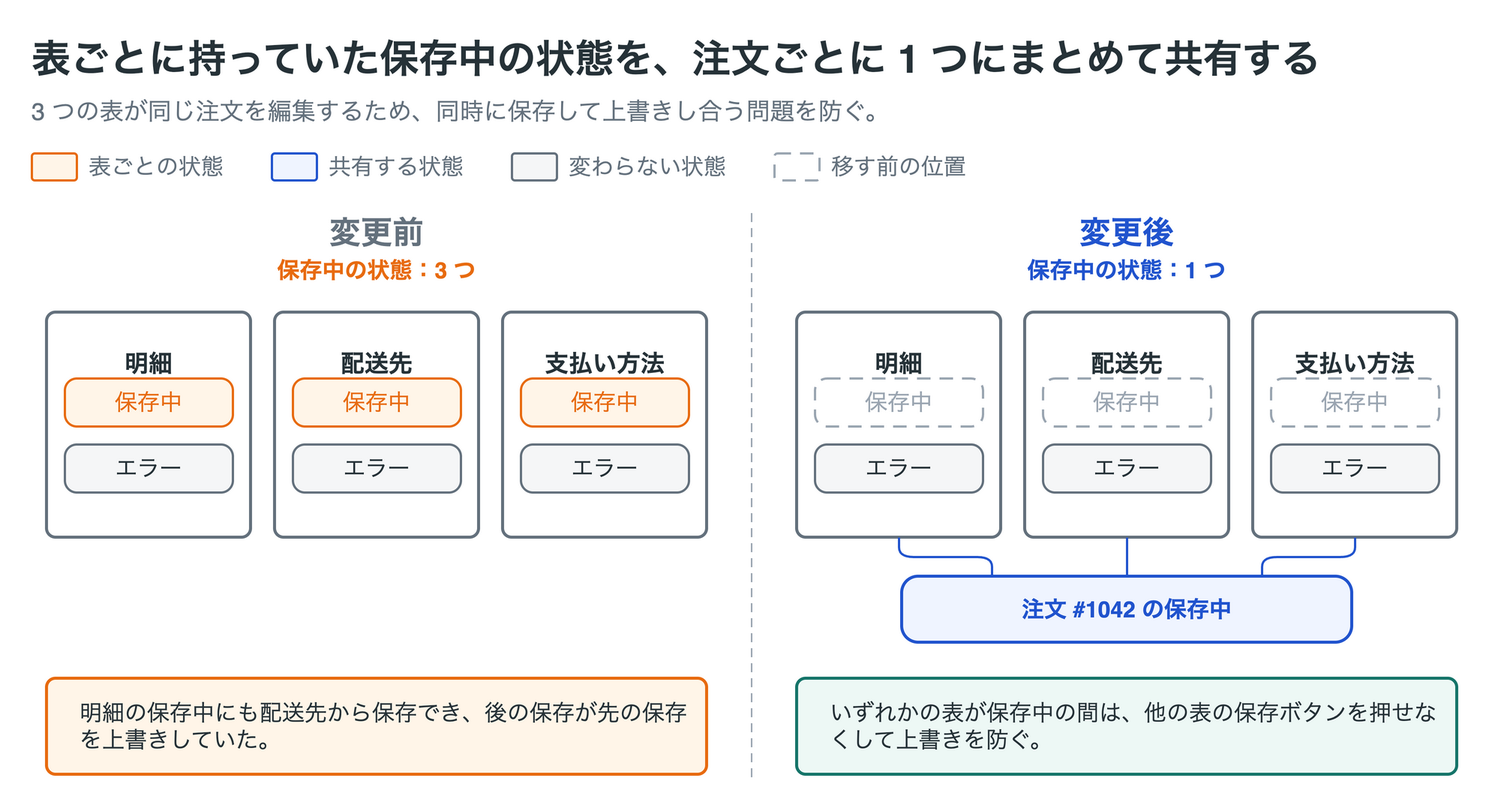
Before: skills/explanatory-diagrams/templates/refactor-share-state/refactor-share-state.drawio.png, a diagram exported from draw.io (nntto/skills). Source tidied: cells renumbered, new cells last; positions are measured from the earlier drawing's top-left corner, leaving out a move shared by most shapes. Its diagram source:
```xml
<mxGraphModel background="#ffffff">
  <root>
    <mxCell id="0" />
    <mxCell id="1" parent="0" />
    <mxCell id="2" value="表ごとに持っていた保存中の状態を、注文ごとに 1 つにまとめて共有する" style="text;html=1;whiteSpace=wrap;fontFamily=Helvetica;fontSize=26;fontColor=#263238;align=left;verticalAlign=middle;spacing=0;fontStyle=1;" parent="1" vertex="1">
      <mxGeometry width="960" height="38" as="geometry" />
    </mxCell>
    <mxCell id="3" value="3 つの表が同じ注文を編集するため、同時に保存して上書きし合う問題を防ぐ。" style="text;html=1;whiteSpace=wrap;fontFamily=Helvetica;fontSize=16;fontColor=#64717d;align=left;verticalAlign=middle;spacing=0;" parent="1" vertex="1">
      <mxGeometry y="42" width="960" height="24" as="geometry" />
    </mxCell>
    <mxCell id="4" style="rounded=1;absoluteArcSize=1;arcSize=4;whiteSpace=wrap;html=1;fillColor=#fff5e8;strokeColor=#e86b10;strokeWidth=1.5;fontColor=#e86b10;fontFamily=Helvetica;fontSize=17;align=center;verticalAlign=middle;spacing=10;" parent="1" vertex="1">
      <mxGeometry y="82" width="30" height="18" as="geometry" />
    </mxCell>
    <mxCell id="5" value="表ごとの状態" style="text;html=1;whiteSpace=wrap;fontFamily=Helvetica;fontSize=15;fontColor=#64717d;align=left;verticalAlign=middle;spacing=0;" parent="1" vertex="1">
      <mxGeometry x="38" y="80" width="94" height="22" as="geometry" />
    </mxCell>
    <mxCell id="6" style="rounded=1;absoluteArcSize=1;arcSize=4;whiteSpace=wrap;html=1;fillColor=#eff4ff;strokeColor=#2154ce;strokeWidth=1.5;fontColor=#2154ce;fontFamily=Helvetica;fontSize=17;align=center;verticalAlign=middle;spacing=10;" parent="1" vertex="1">
      <mxGeometry x="160" y="82" width="30" height="18" as="geometry" />
    </mxCell>
    <mxCell id="7" value="共有する状態" style="text;html=1;whiteSpace=wrap;fontFamily=Helvetica;fontSize=15;fontColor=#64717d;align=left;verticalAlign=middle;spacing=0;" parent="1" vertex="1">
      <mxGeometry x="198" y="80" width="94" height="22" as="geometry" />
    </mxCell>
    <mxCell id="8" style="rounded=1;absoluteArcSize=1;arcSize=4;whiteSpace=wrap;html=1;fillColor=#f5f6f7;strokeColor=#64717d;strokeWidth=1.5;fontColor=#263238;fontFamily=Helvetica;fontSize=17;align=center;verticalAlign=middle;spacing=10;" parent="1" vertex="1">
      <mxGeometry x="320" y="82" width="30" height="18" as="geometry" />
    </mxCell>
    <mxCell id="9" value="変わらない状態" style="text;html=1;whiteSpace=wrap;fontFamily=Helvetica;fontSize=15;fontColor=#64717d;align=left;verticalAlign=middle;spacing=0;" parent="1" vertex="1">
      <mxGeometry x="358" y="80" width="109" height="22" as="geometry" />
    </mxCell>
    <mxCell id="10" style="rounded=1;absoluteArcSize=1;arcSize=4;whiteSpace=wrap;html=1;fillColor=#ffffff;strokeColor=#9aa5b1;strokeWidth=1.5;fontColor=#9aa5b1;fontFamily=Helvetica;fontSize=17;align=center;verticalAlign=middle;spacing=10;dashed=1;dashPattern=6 4;" parent="1" vertex="1">
      <mxGeometry x="495" y="82" width="30" height="18" as="geometry" />
    </mxCell>
    <mxCell id="11" value="移す前の位置" style="text;html=1;whiteSpace=wrap;fontFamily=Helvetica;fontSize=15;fontColor=#64717d;align=left;verticalAlign=middle;spacing=0;" parent="1" vertex="1">
      <mxGeometry x="533" y="80" width="94" height="22" as="geometry" />
    </mxCell>
    <mxCell id="12" value="変更前" style="text;html=1;whiteSpace=wrap;fontFamily=Helvetica;fontSize=21;fontColor=#64717d;align=center;verticalAlign=middle;spacing=0;fontStyle=1;" parent="1" vertex="1">
      <mxGeometry y="120" width="460" height="30" as="geometry" />
    </mxCell>
    <mxCell id="13" value="保存中の状態：3 つ" style="text;html=1;whiteSpace=wrap;fontFamily=Helvetica;fontSize=15;fontColor=#e86b10;align=center;verticalAlign=middle;spacing=0;fontStyle=1;" parent="1" vertex="1">
      <mxGeometry y="148" width="460" height="24" as="geometry" />
    </mxCell>
    <mxCell id="14" value="変更後" style="text;html=1;whiteSpace=wrap;fontFamily=Helvetica;fontSize=21;fontColor=#2154ce;align=center;verticalAlign=middle;spacing=0;fontStyle=1;" parent="1" vertex="1">
      <mxGeometry x="500" y="120" width="460" height="30" as="geometry" />
    </mxCell>
    <mxCell id="15" value="保存中の状態：1 つ" style="text;html=1;whiteSpace=wrap;fontFamily=Helvetica;fontSize=15;fontColor=#2154ce;align=center;verticalAlign=middle;spacing=0;fontStyle=1;" parent="1" vertex="1">
      <mxGeometry x="500" y="148" width="460" height="24" as="geometry" />
    </mxCell>
    <mxCell id="16" style="edgeStyle=none;rounded=1;html=1;strokeColor=#9aa5b1;strokeWidth=1;endArrow=none;endFill=1;startArrow=none;startFill=1;endSize=8;fontFamily=Helvetica;fontSize=15;fontColor=#9aa5b1;labelBackgroundColor=#ffffff;dashed=1;dashPattern=6 4;" parent="1" edge="1">
      <mxGeometry relative="1" as="geometry">
        <mxPoint x="480" y="122" as="sourcePoint" />
        <mxPoint x="480" y="502" as="targetPoint" />
      </mxGeometry>
    </mxCell>
    <mxCell id="17" value="&lt;b&gt;明細&lt;/b&gt;" style="rounded=1;absoluteArcSize=1;arcSize=12;whiteSpace=wrap;html=1;fillColor=#ffffff;strokeColor=#64717d;strokeWidth=2;fontColor=#263238;fontFamily=Helvetica;fontSize=16;align=center;verticalAlign=top;spacing=10;spacingTop=10;" parent="1" vertex="1">
      <mxGeometry x="10" y="188" width="136" height="150" as="geometry" />
    </mxCell>
    <mxCell id="18" value="保存中" style="rounded=1;absoluteArcSize=1;arcSize=16;whiteSpace=wrap;html=1;fillColor=#fff5e8;strokeColor=#e86b10;strokeWidth=1.5;fontColor=#e86b10;fontFamily=Helvetica;fontSize=15;align=center;verticalAlign=middle;spacing=2;" parent="1" vertex="1">
      <mxGeometry x="22" y="232" width="112" height="32" as="geometry" />
    </mxCell>
    <mxCell id="19" value="エラー" style="rounded=1;absoluteArcSize=1;arcSize=16;whiteSpace=wrap;html=1;fillColor=#f5f6f7;strokeColor=#64717d;strokeWidth=1.5;fontColor=#263238;fontFamily=Helvetica;fontSize=15;align=center;verticalAlign=middle;spacing=2;" parent="1" vertex="1">
      <mxGeometry x="22" y="276" width="112" height="32" as="geometry" />
    </mxCell>
    <mxCell id="20" value="&lt;b&gt;配送先&lt;/b&gt;" style="rounded=1;absoluteArcSize=1;arcSize=12;whiteSpace=wrap;html=1;fillColor=#ffffff;strokeColor=#64717d;strokeWidth=2;fontColor=#263238;fontFamily=Helvetica;fontSize=16;align=center;verticalAlign=top;spacing=10;spacingTop=10;" parent="1" vertex="1">
      <mxGeometry x="162" y="188" width="136" height="150" as="geometry" />
    </mxCell>
    <mxCell id="21" value="保存中" style="rounded=1;absoluteArcSize=1;arcSize=16;whiteSpace=wrap;html=1;fillColor=#fff5e8;strokeColor=#e86b10;strokeWidth=1.5;fontColor=#e86b10;fontFamily=Helvetica;fontSize=15;align=center;verticalAlign=middle;spacing=2;" parent="1" vertex="1">
      <mxGeometry x="174" y="232" width="112" height="32" as="geometry" />
    </mxCell>
    <mxCell id="22" value="エラー" style="rounded=1;absoluteArcSize=1;arcSize=16;whiteSpace=wrap;html=1;fillColor=#f5f6f7;strokeColor=#64717d;strokeWidth=1.5;fontColor=#263238;fontFamily=Helvetica;fontSize=15;align=center;verticalAlign=middle;spacing=2;" parent="1" vertex="1">
      <mxGeometry x="174" y="276" width="112" height="32" as="geometry" />
    </mxCell>
    <mxCell id="23" value="&lt;b&gt;支払い方法&lt;/b&gt;" style="rounded=1;absoluteArcSize=1;arcSize=12;whiteSpace=wrap;html=1;fillColor=#ffffff;strokeColor=#64717d;strokeWidth=2;fontColor=#263238;fontFamily=Helvetica;fontSize=16;align=center;verticalAlign=top;spacing=10;spacingTop=10;" parent="1" vertex="1">
      <mxGeometry x="314" y="188" width="136" height="150" as="geometry" />
    </mxCell>
    <mxCell id="24" value="保存中" style="rounded=1;absoluteArcSize=1;arcSize=16;whiteSpace=wrap;html=1;fillColor=#fff5e8;strokeColor=#e86b10;strokeWidth=1.5;fontColor=#e86b10;fontFamily=Helvetica;fontSize=15;align=center;verticalAlign=middle;spacing=2;" parent="1" vertex="1">
      <mxGeometry x="326" y="232" width="112" height="32" as="geometry" />
    </mxCell>
    <mxCell id="25" value="エラー" style="rounded=1;absoluteArcSize=1;arcSize=16;whiteSpace=wrap;html=1;fillColor=#f5f6f7;strokeColor=#64717d;strokeWidth=1.5;fontColor=#263238;fontFamily=Helvetica;fontSize=15;align=center;verticalAlign=middle;spacing=2;" parent="1" vertex="1">
      <mxGeometry x="326" y="276" width="112" height="32" as="geometry" />
    </mxCell>
    <mxCell id="26" value="明細の保存中にも配送先から保存でき、後の保存が先の保存を上書きしていた。" style="rounded=1;absoluteArcSize=1;arcSize=12;whiteSpace=wrap;html=1;fillColor=#fff5e8;strokeColor=#e86b10;strokeWidth=2;fontColor=#e86b10;fontFamily=Helvetica;fontSize=15;align=left;verticalAlign=middle;spacing=10;spacingLeft=12;fontColor=#263238;" parent="1" vertex="1">
      <mxGeometry x="10" y="432" width="440" height="64" as="geometry" />
    </mxCell>
    <mxCell id="27" value="&lt;b&gt;明細&lt;/b&gt;" style="rounded=1;absoluteArcSize=1;arcSize=12;whiteSpace=wrap;html=1;fillColor=#ffffff;strokeColor=#64717d;strokeWidth=2;fontColor=#263238;fontFamily=Helvetica;fontSize=16;align=center;verticalAlign=top;spacing=10;spacingTop=10;" parent="1" vertex="1">
      <mxGeometry x="510" y="188" width="136" height="150" as="geometry" />
    </mxCell>
    <mxCell id="28" value="保存中" style="rounded=1;absoluteArcSize=1;arcSize=16;whiteSpace=wrap;html=1;fillColor=#ffffff;strokeColor=#9aa5b1;strokeWidth=1.5;fontColor=#9aa5b1;fontFamily=Helvetica;fontSize=15;align=center;verticalAlign=middle;spacing=2;dashed=1;dashPattern=6 4;" parent="1" vertex="1">
      <mxGeometry x="522" y="232" width="112" height="32" as="geometry" />
    </mxCell>
    <mxCell id="29" value="エラー" style="rounded=1;absoluteArcSize=1;arcSize=16;whiteSpace=wrap;html=1;fillColor=#f5f6f7;strokeColor=#64717d;strokeWidth=1.5;fontColor=#263238;fontFamily=Helvetica;fontSize=15;align=center;verticalAlign=middle;spacing=2;" parent="1" vertex="1">
      <mxGeometry x="522" y="276" width="112" height="32" as="geometry" />
    </mxCell>
    <mxCell id="30" style="edgeStyle=orthogonalEdgeStyle;rounded=1;html=1;strokeColor=#2154ce;strokeWidth=1.5;endArrow=none;endFill=1;startArrow=none;startFill=1;endSize=8;fontFamily=Helvetica;fontSize=15;fontColor=#2154ce;labelBackgroundColor=#ffffff;exitX=0.5;exitY=1;exitDx=0;exitDy=0;entryX=0.2;entryY=0;entryDx=0;entryDy=0;" parent="1" edge="1" source="27" target="40">
      <mxGeometry relative="1" as="geometry" />
    </mxCell>
    <mxCell id="31" value="&lt;b&gt;配送先&lt;/b&gt;" style="rounded=1;absoluteArcSize=1;arcSize=12;whiteSpace=wrap;html=1;fillColor=#ffffff;strokeColor=#64717d;strokeWidth=2;fontColor=#263238;fontFamily=Helvetica;fontSize=16;align=center;verticalAlign=top;spacing=10;spacingTop=10;" parent="1" vertex="1">
      <mxGeometry x="662" y="188" width="136" height="150" as="geometry" />
    </mxCell>
    <mxCell id="32" value="保存中" style="rounded=1;absoluteArcSize=1;arcSize=16;whiteSpace=wrap;html=1;fillColor=#ffffff;strokeColor=#9aa5b1;strokeWidth=1.5;fontColor=#9aa5b1;fontFamily=Helvetica;fontSize=15;align=center;verticalAlign=middle;spacing=2;dashed=1;dashPattern=6 4;" parent="1" vertex="1">
      <mxGeometry x="674" y="232" width="112" height="32" as="geometry" />
    </mxCell>
    <mxCell id="33" value="エラー" style="rounded=1;absoluteArcSize=1;arcSize=16;whiteSpace=wrap;html=1;fillColor=#f5f6f7;strokeColor=#64717d;strokeWidth=1.5;fontColor=#263238;fontFamily=Helvetica;fontSize=15;align=center;verticalAlign=middle;spacing=2;" parent="1" vertex="1">
      <mxGeometry x="674" y="276" width="112" height="32" as="geometry" />
    </mxCell>
    <mxCell id="34" style="edgeStyle=orthogonalEdgeStyle;rounded=1;html=1;strokeColor=#2154ce;strokeWidth=1.5;endArrow=none;endFill=1;startArrow=none;startFill=1;endSize=8;fontFamily=Helvetica;fontSize=15;fontColor=#2154ce;labelBackgroundColor=#ffffff;exitX=0.5;exitY=1;exitDx=0;exitDy=0;entryX=0.5;entryY=0;entryDx=0;entryDy=0;" parent="1" edge="1" source="31" target="40">
      <mxGeometry relative="1" as="geometry" />
    </mxCell>
    <mxCell id="35" value="&lt;b&gt;支払い方法&lt;/b&gt;" style="rounded=1;absoluteArcSize=1;arcSize=12;whiteSpace=wrap;html=1;fillColor=#ffffff;strokeColor=#64717d;strokeWidth=2;fontColor=#263238;fontFamily=Helvetica;fontSize=16;align=center;verticalAlign=top;spacing=10;spacingTop=10;" parent="1" vertex="1">
      <mxGeometry x="814" y="188" width="136" height="150" as="geometry" />
    </mxCell>
    <mxCell id="36" value="保存中" style="rounded=1;absoluteArcSize=1;arcSize=16;whiteSpace=wrap;html=1;fillColor=#ffffff;strokeColor=#9aa5b1;strokeWidth=1.5;fontColor=#9aa5b1;fontFamily=Helvetica;fontSize=15;align=center;verticalAlign=middle;spacing=2;dashed=1;dashPattern=6 4;" parent="1" vertex="1">
      <mxGeometry x="826" y="232" width="112" height="32" as="geometry" />
    </mxCell>
    <mxCell id="37" value="エラー" style="rounded=1;absoluteArcSize=1;arcSize=16;whiteSpace=wrap;html=1;fillColor=#f5f6f7;strokeColor=#64717d;strokeWidth=1.5;fontColor=#263238;fontFamily=Helvetica;fontSize=15;align=center;verticalAlign=middle;spacing=2;" parent="1" vertex="1">
      <mxGeometry x="826" y="276" width="112" height="32" as="geometry" />
    </mxCell>
    <mxCell id="38" style="edgeStyle=orthogonalEdgeStyle;rounded=1;html=1;strokeColor=#2154ce;strokeWidth=1.5;endArrow=none;endFill=1;startArrow=none;startFill=1;endSize=8;fontFamily=Helvetica;fontSize=15;fontColor=#2154ce;labelBackgroundColor=#ffffff;exitX=0.5;exitY=1;exitDx=0;exitDy=0;entryX=0.8;entryY=0;entryDx=0;entryDy=0;" parent="1" edge="1" source="35" target="40">
      <mxGeometry relative="1" as="geometry" />
    </mxCell>
    <mxCell id="39" value="いずれかの表が保存中の間は、他の表の保存ボタンを押せなくして上書きを防ぐ。" style="rounded=1;absoluteArcSize=1;arcSize=12;whiteSpace=wrap;html=1;fillColor=#edf8f5;strokeColor=#16756a;strokeWidth=2;fontColor=#263238;fontFamily=Helvetica;fontSize=15;align=left;verticalAlign=middle;spacing=10;spacingLeft=12;" parent="1" vertex="1">
      <mxGeometry x="510" y="432" width="440" height="64" as="geometry" />
    </mxCell>
    <mxCell id="40" value="&lt;b&gt;注文 #1042 の保存中&lt;/b&gt;" style="rounded=1;absoluteArcSize=1;arcSize=22;whiteSpace=wrap;html=1;fillColor=#eff4ff;strokeColor=#2154ce;strokeWidth=2;fontColor=#2154ce;fontFamily=Helvetica;fontSize=15;align=center;verticalAlign=middle;spacing=10;" parent="1" vertex="1">
      <mxGeometry x="580" y="364" width="300" height="44" as="geometry" />
    </mxCell>
  </root>
</mxGraphModel>
```
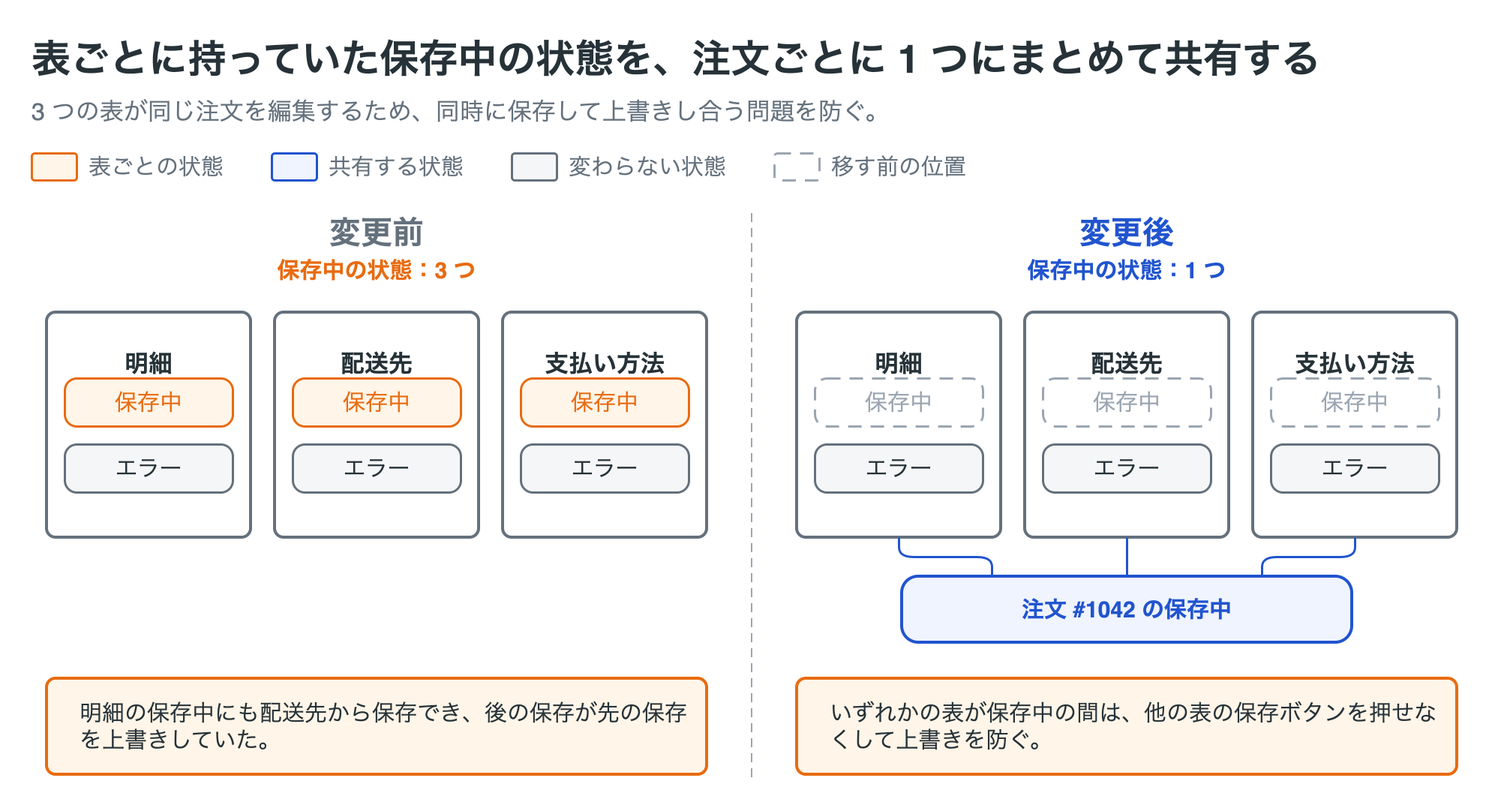
After the commit.

Diff of the diagram source:
```diff
@@ -116,7 +116,7 @@
     <mxCell id="38" style="edgeStyle=orthogonalEdgeStyle;rounded=1;html=1;strokeColor=#2154ce;strokeWidth=1.5;endArrow=none;endFill=1;startArrow=none;startFill=1;endSize=8;fontFamily=Helvetica;fontSize=15;fontColor=#2154ce;labelBackgroundColor=#ffffff;exitX=0.5;exitY=1;exitDx=0;exitDy=0;entryX=0.8;entryY=0;entryDx=0;entryDy=0;" parent="1" edge="1" source="35" target="40">
       <mxGeometry relative="1" as="geometry" />
     </mxCell>
-    <mxCell id="39" value="いずれかの表が保存中の間は、他の表の保存ボタンを押せなくして上書きを防ぐ。" style="rounded=1;absoluteArcSize=1;arcSize=12;whiteSpace=wrap;html=1;fillColor=#edf8f5;strokeColor=#16756a;strokeWidth=2;fontColor=#263238;fontFamily=Helvetica;fontSize=15;align=left;verticalAlign=middle;spacing=10;spacingLeft=12;" parent="1" vertex="1">
+    <mxCell id="39" value="いずれかの表が保存中の間は、他の表の保存ボタンを押せなくして上書きを防ぐ。" style="rounded=1;absoluteArcSize=1;arcSize=12;whiteSpace=wrap;html=1;fillColor=#fff5e8;strokeColor=#e86b10;strokeWidth=2;fontColor=#263238;fontFamily=Helvetica;fontSize=15;align=left;verticalAlign=middle;spacing=10;spacingLeft=12;" parent="1" vertex="1">
       <mxGeometry x="510" y="432" width="440" height="64" as="geometry" />
     </mxCell>
     <mxCell id="40" value="&lt;b&gt;注文 #1042 の保存中&lt;/b&gt;" style="rounded=1;absoluteArcSize=1;arcSize=22;whiteSpace=wrap;html=1;fillColor=#eff4ff;strokeColor=#2154ce;strokeWidth=2;fontColor=#2154ce;fontFamily=Helvetica;fontSize=15;align=center;verticalAlign=middle;spacing=10;" parent="1" vertex="1">
```
